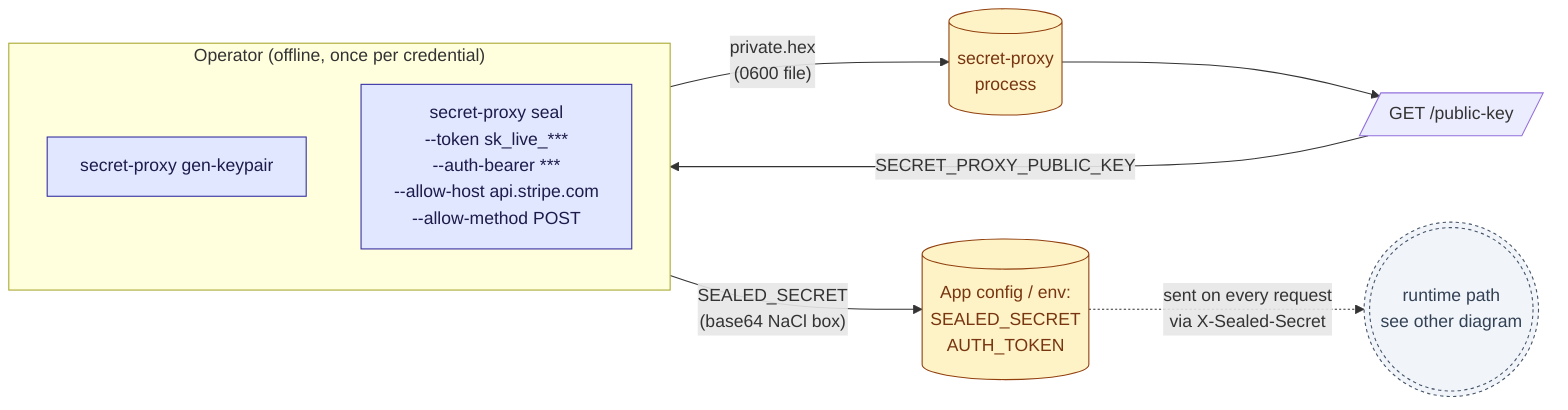
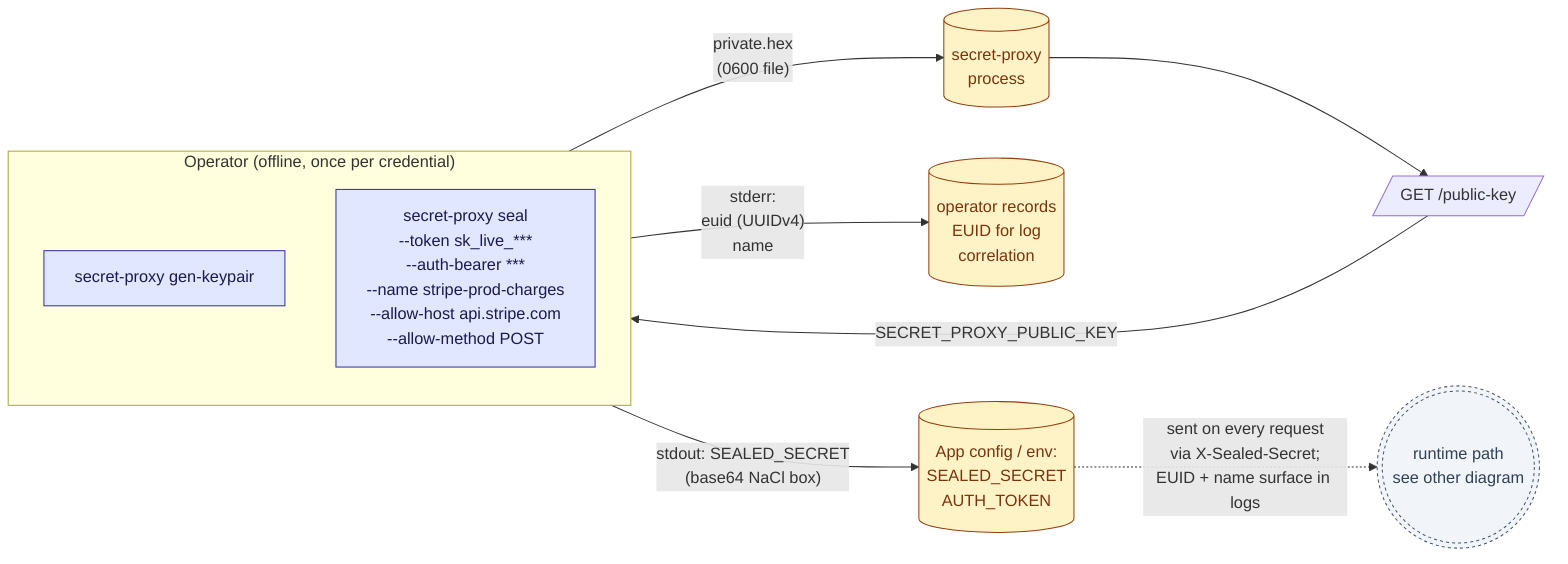
%% Source for docs/architecture-sealing.svg
%% Regenerate with: ./docs/render-diagrams.sh
flowchart LR
    subgraph Op["Operator (offline, once per credential)"]
        direction TB
        GenKey["secret-proxy gen-keypair"]
-         Seal["secret-proxy seal<br/>--token sk_live_***<br/>--auth-bearer ***<br/>--allow-host api.stripe.com<br/>--allow-method POST"]
+         Seal["secret-proxy seal<br/>--token sk_live_***<br/>--auth-bearer ***<br/>--name stripe-prod-charges<br/>--allow-host api.stripe.com<br/>--allow-method POST"]
    end

    GenKey -->|"private.hex<br/>(0600 file)"| Server[("secret-proxy<br/>process")]
    Server --> PubEP[/"GET /public-key"/]
    PubEP -->|"SECRET_PROXY_PUBLIC_KEY"| Seal

-     Seal -->|"SEALED_SECRET<br/>(base64 NaCl box)"| AppCfg[("App config / env:<br/>SEALED_SECRET<br/>AUTH_TOKEN")]
-     AppCfg -.->|"sent on every request<br/>via X-Sealed-Secret"| Runtime((("runtime path<br/>see other diagram")))
+     Seal -->|"stderr:<br/>euid (UUIDv4)<br/>name"| OpRecord[("operator records<br/>EUID for log<br/>correlation")]
+     Seal -->|"stdout: SEALED_SECRET<br/>(base64 NaCl box)"| AppCfg[("App config / env:<br/>SEALED_SECRET<br/>AUTH_TOKEN")]
+     AppCfg -.->|"sent on every request<br/>via X-Sealed-Secret;<br/>EUID + name surface in logs"| Runtime((("runtime path<br/>see other diagram")))

    classDef store fill:#fef3c7,stroke:#92400e,color:#78350f
    classDef proc fill:#e0e7ff,stroke:#3730a3,color:#1e1b4b
    classDef ref fill:#f1f5f9,stroke:#475569,color:#334155,stroke-dasharray:3 3
-     class Server,AppCfg store
+     class Server,AppCfg,OpRecord store
    class GenKey,Seal proc
    class Runtime ref
